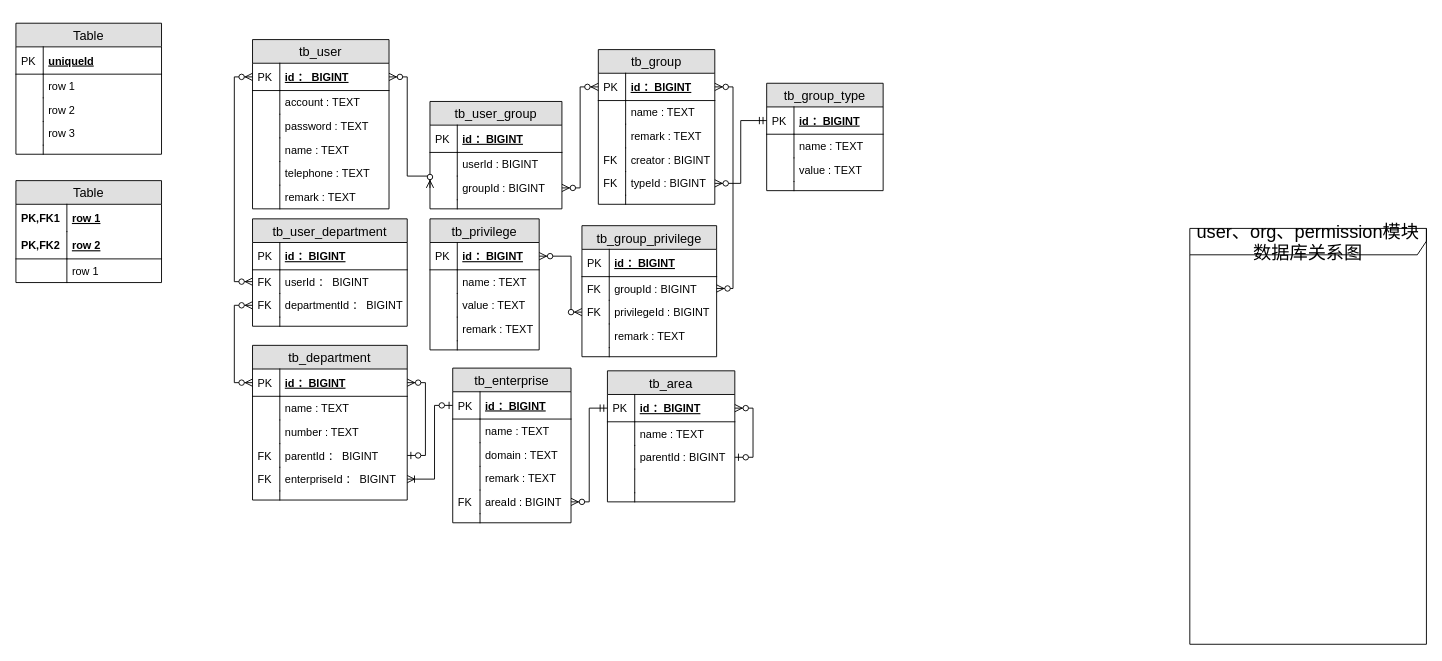
Before: page "第 2 页" (2 of 2) of CDRS/DB-design.drawio in waterwatermelon/graph, a draw.io diagram. Source tidied: cells renumbered, new cells numbered last; positions are measured from the earlier drawing's top-left corner, leaving out a move shared by most shapes. Both pictures are drawn from the tidied source at 91%, with x=0, y=0 at pixel (15, 23).
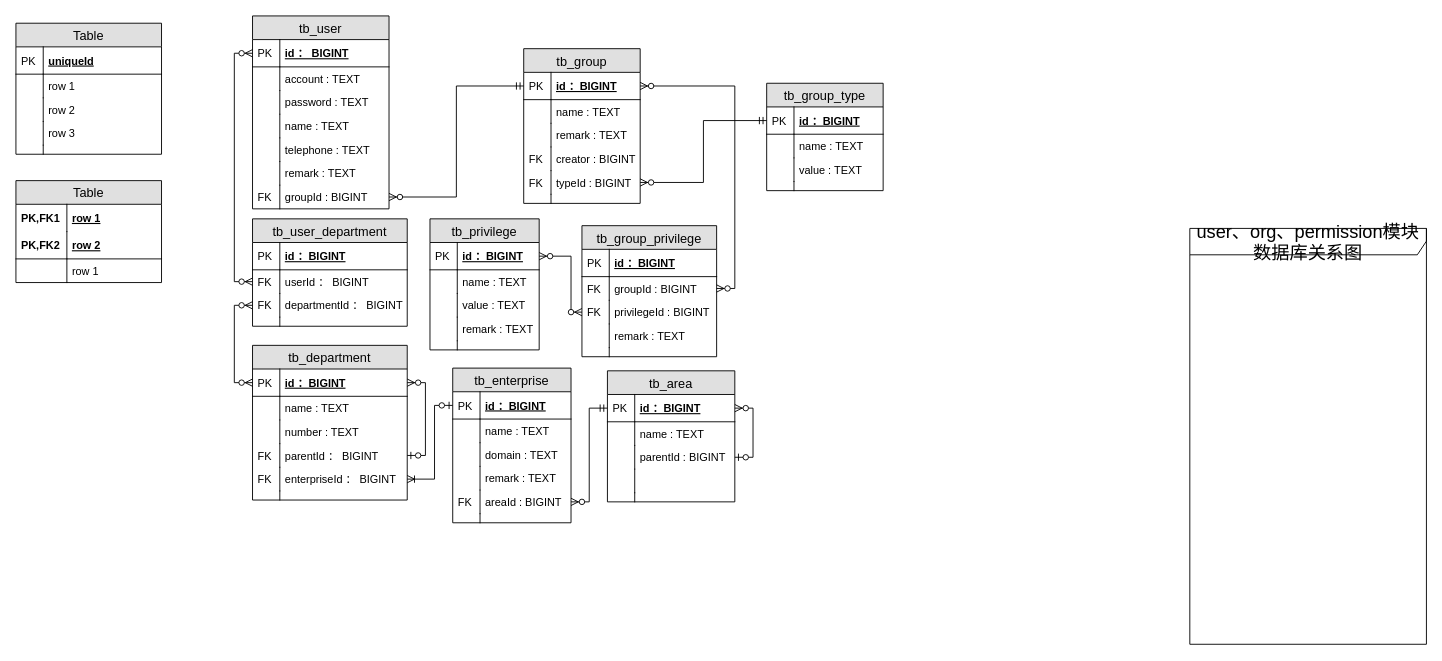
After the change.

Unchanged cells that the change refers to:
```xml
<mxCell id="22" value="id ： BIGINT" style="shape=partialRectangle;top=0;left=0;right=0;bottom=1;align=left;verticalAlign=middle;fillColor=none;spacingLeft=34;spacingRight=4;overflow=hidden;points=[[0,0.5],[1,0.5]];portConstraint=eastwest;fontStyle=5;fontSize=12;" parent="21" vertex="1">
  <mxGeometry y="26" width="150" height="30" as="geometry" />
</mxCell>
<mxCell id="35" value="id ：BIGINT" style="shape=partialRectangle;top=0;left=0;right=0;bottom=1;align=left;verticalAlign=middle;fillColor=none;spacingLeft=34;spacingRight=4;overflow=hidden;points=[[0,0.5],[1,0.5]];portConstraint=eastwest;fontStyle=5;fontSize=12;" parent="34" vertex="1">
  <mxGeometry y="26" width="128" height="30" as="geometry" />
</mxCell>
```

Diff of the diagram source:
```diff
@@
     <mxCell id="21" value="tb_user" style="swimlane;fontStyle=0;horizontal=1;startSize=26;fillColor=#e0e0e0;swimlaneFillColor=#ffffff;align=center;fontSize=14;" parent="1" vertex="1">
-      <mxGeometry x="260" y="18" width="150" height="186" as="geometry" />
+      <mxGeometry x="260" y="-8" width="150" height="212" as="geometry" />
     </mxCell>
@@
+    <mxCell id="129" value="groupId : BIGINT" style="shape=partialRectangle;top=0;left=0;right=0;bottom=0;align=left;verticalAlign=top;fillColor=none;spacingLeft=34;spacingRight=4;overflow=hidden;points=[[0,0.5],[1,0.5]];portConstraint=eastwest;fontSize=12;" parent="21" vertex="1">
+      <mxGeometry y="186" width="150" height="26" as="geometry" />
+    </mxCell>
+    <mxCell id="146" value="FK" style="shape=partialRectangle;top=0;left=0;bottom=0;fillColor=none;align=left;verticalAlign=top;spacingLeft=4;spacingRight=4;overflow=hidden;fontSize=12;" parent="129" vertex="1">
+      <mxGeometry width="30" height="26" as="geometry" />
+    </mxCell>
     <mxCell id="34" value="tb_group" style="swimlane;fontStyle=0;horizontal=1;startSize=26;fillColor=#e0e0e0;swimlaneFillColor=#ffffff;align=center;fontSize=14;" parent="1" vertex="1">
-      <mxGeometry x="640" y="29" width="128" height="170" as="geometry" />
+      <mxGeometry x="558" y="28" width="128" height="170" as="geometry" />
     </mxCell>
@@
-    <mxCell id="124" value="tb_user_group" style="swimlane;fontStyle=0;horizontal=1;startSize=26;fillColor=#e0e0e0;swimlaneFillColor=#ffffff;align=center;fontSize=14;" parent="1" vertex="1">
-      <mxGeometry x="455" y="86" width="145" height="118" as="geometry" />
-    </mxCell>
-    <mxCell id="125" value="id ：BIGINT" style="shape=partialRectangle;top=0;left=0;right=0;bottom=1;align=left;verticalAlign=middle;fillColor=none;spacingLeft=34;spacingRight=4;overflow=hidden;fontStyle=5;fontSize=12;" parent="124" vertex="1">
-      <mxGeometry y="26" width="145" height="30" as="geometry" />
-    </mxCell>
-    <mxCell id="126" value="PK" style="shape=partialRectangle;top=0;left=0;bottom=0;fillColor=none;align=left;verticalAlign=middle;spacingLeft=4;spacingRight=4;overflow=hidden;fontSize=12;" parent="125" vertex="1">
-      <mxGeometry width="30" height="30" as="geometry" />
-    </mxCell>
-    <mxCell id="127" value="userId : BIGINT" style="shape=partialRectangle;top=0;left=0;right=0;bottom=0;align=left;verticalAlign=top;fillColor=none;spacingLeft=34;spacingRight=4;overflow=hidden;fontSize=12;" parent="124" vertex="1">
-      <mxGeometry y="56" width="145" height="26" as="geometry" />
-    </mxCell>
-    <mxCell id="128" style="shape=partialRectangle;top=0;left=0;bottom=0;fillColor=none;align=left;verticalAlign=top;spacingLeft=4;spacingRight=4;overflow=hidden;fontSize=12;" parent="127" vertex="1">
-      <mxGeometry width="30" height="26" as="geometry" />
-    </mxCell>
-    <mxCell id="129" value="groupId : BIGINT" style="shape=partialRectangle;top=0;left=0;right=0;bottom=0;align=left;verticalAlign=top;fillColor=none;spacingLeft=34;spacingRight=4;overflow=hidden;points=[[0,0.5],[1,0.5]];portConstraint=eastwest;fontSize=12;" parent="124" vertex="1">
-      <mxGeometry y="82" width="145" height="26" as="geometry" />
-    </mxCell>
-    <mxCell id="130" style="shape=partialRectangle;top=0;left=0;bottom=0;fillColor=none;align=left;verticalAlign=top;spacingLeft=4;spacingRight=4;overflow=hidden;fontSize=12;" parent="129" vertex="1">
-      <mxGeometry width="30" height="26" as="geometry" />
-    </mxCell>
-    <mxCell id="131" style="shape=partialRectangle;top=0;left=0;right=0;bottom=0;align=left;verticalAlign=top;fillColor=none;spacingLeft=34;spacingRight=4;overflow=hidden;fontSize=12;" parent="124" vertex="1">
-      <mxGeometry y="108" width="145" height="10" as="geometry" />
-    </mxCell>
-    <mxCell id="132" style="shape=partialRectangle;top=0;left=0;bottom=0;fillColor=none;align=left;verticalAlign=top;spacingLeft=4;spacingRight=4;overflow=hidden;fontSize=12;" parent="131" vertex="1">
-      <mxGeometry width="30" height="10" as="geometry" />
-    </mxCell>
-    <mxCell id="133" style="edgeStyle=orthogonalEdgeStyle;rounded=0;jettySize=auto;html=1;exitX=0;exitY=0.5;exitDx=0;exitDy=0;entryX=1;entryY=0.5;entryDx=0;entryDy=0;startArrow=ERzeroToMany;startFill=1;endArrow=ERzeroToMany;endFill=1;fontSize=20;" parent="1" edge="1" source="35" target="129">
-      <mxGeometry relative="1" as="geometry" />
-    </mxCell>
-    <mxCell id="134" style="edgeStyle=orthogonalEdgeStyle;rounded=0;jettySize=auto;html=1;exitX=1;exitY=0.5;exitDx=0;exitDy=0;entryX=0;entryY=0.5;entryDx=0;entryDy=0;startArrow=ERzeroToMany;startFill=1;endArrow=ERzeroToMany;endFill=1;fontSize=20;" parent="1" edge="1" source="22" target="129">
-      <mxGeometry relative="1" as="geometry">
-        <Array as="points">
-          <mxPoint x="430" y="59" />
-          <mxPoint x="430" y="168" />
-        </Array>
-      </mxGeometry>
-    </mxCell>
@@
+    <mxCell id="147" style="edgeStyle=orthogonalEdgeStyle;rounded=0;jettySize=auto;html=1;exitX=1;exitY=0.5;exitDx=0;exitDy=0;entryX=0;entryY=0.5;entryDx=0;entryDy=0;startArrow=ERzeroToMany;startFill=1;endArrow=ERmandOne;endFill=0;" parent="1" edge="1" source="129" target="35">
+      <mxGeometry relative="1" as="geometry" />
+    </mxCell>
```
